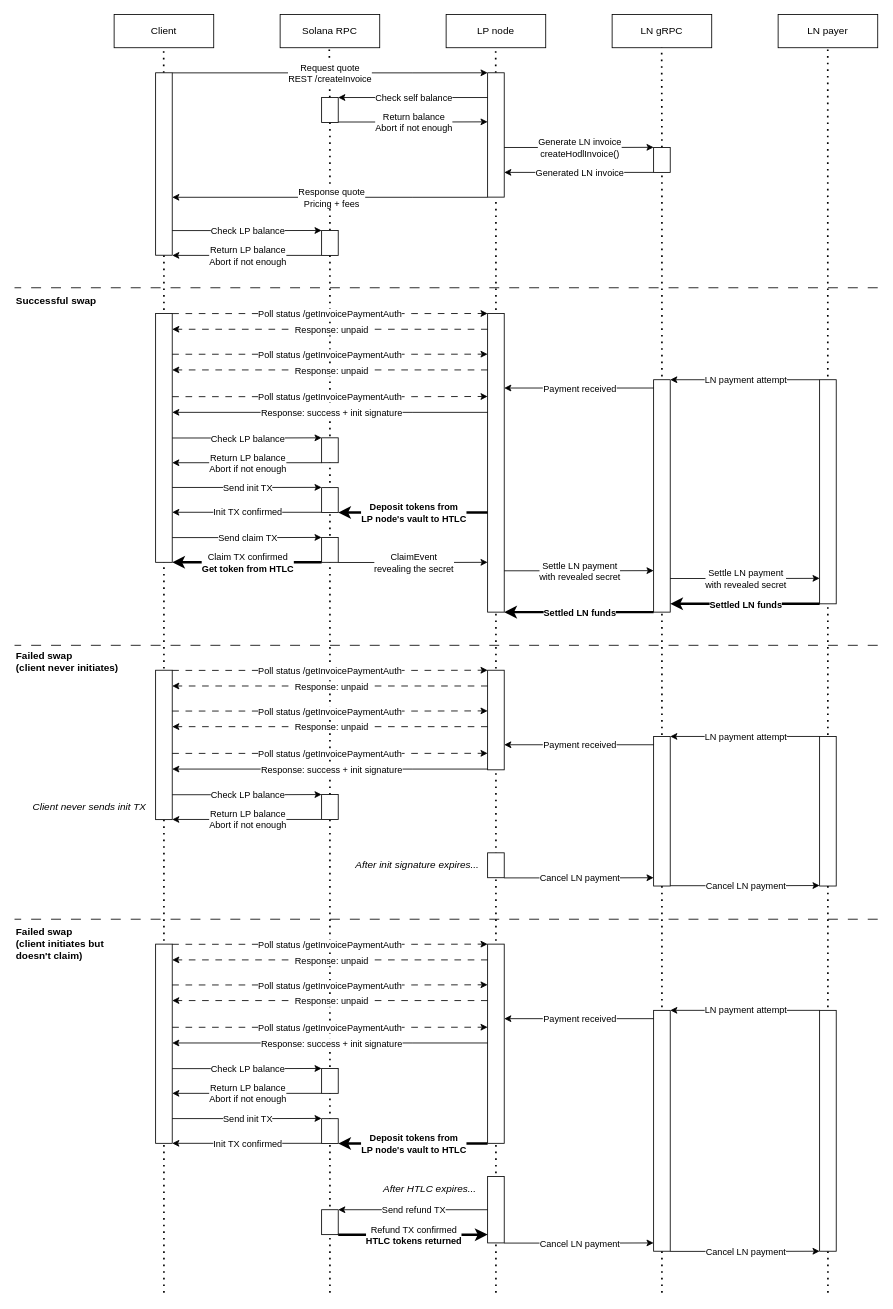
Earlier version of the draw.io diagram flows/frombtcln-diagram.drawio (adambor/SolLightning-readme). Source tidied: cells renumbered, new cells numbered last; positions are measured from the earlier drawing's top-left corner, leaving out a move shared by most shapes. Both pictures are drawn from the tidied source at 83%, with x=0, y=0 at pixel (14, 14).
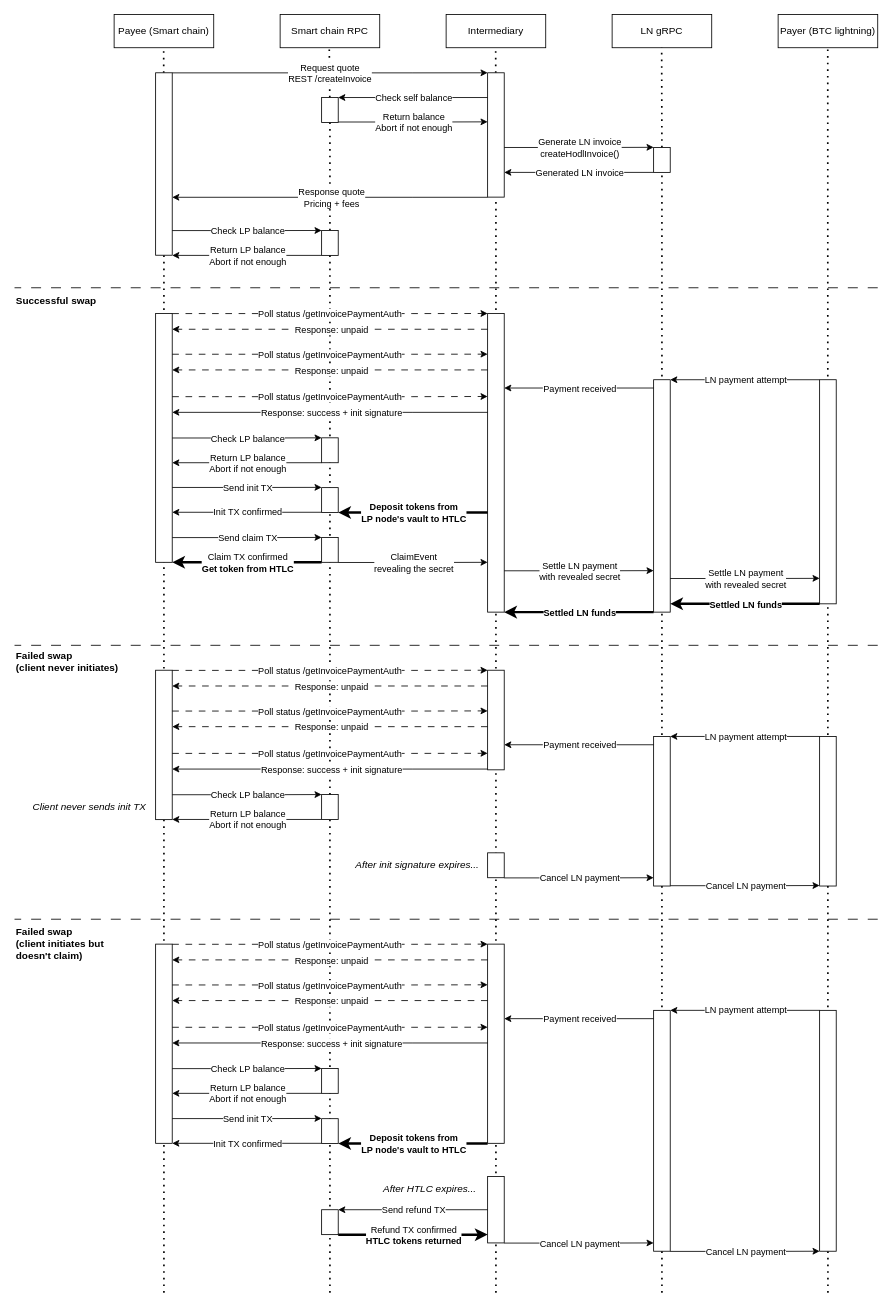
The same diagram, later.

Change to the diagram source:
```diff
@@
-    <mxCell id="2" value="Client" style="rounded=0;whiteSpace=wrap;html=1;" parent="1" vertex="1">
+    <mxCell id="2" value="Payee (Smart chain)" style="rounded=0;whiteSpace=wrap;html=1;" parent="1" vertex="1">
       <mxGeometry x="120" width="120" height="40" as="geometry" />
     </mxCell>
-    <mxCell id="3" value="LP node" style="rounded=0;whiteSpace=wrap;html=1;" parent="1" vertex="1">
+    <mxCell id="3" value="Intermediary" style="rounded=0;whiteSpace=wrap;html=1;" parent="1" vertex="1">
       <mxGeometry x="520" width="120" height="40" as="geometry" />
     </mxCell>
-    <mxCell id="4" value="LN payer" style="rounded=0;whiteSpace=wrap;html=1;" parent="1" vertex="1">
+    <mxCell id="4" value="Payer (BTC lightning)" style="rounded=0;whiteSpace=wrap;html=1;" parent="1" vertex="1">
       <mxGeometry x="920" width="120" height="40" as="geometry" />
     </mxCell>
-    <mxCell id="5" value="Solana RPC" style="rounded=0;whiteSpace=wrap;html=1;" parent="1" vertex="1">
+    <mxCell id="5" value="Smart chain RPC" style="rounded=0;whiteSpace=wrap;html=1;" parent="1" vertex="1">
       <mxGeometry x="320" width="120" height="40" as="geometry" />
     </mxCell>
```
